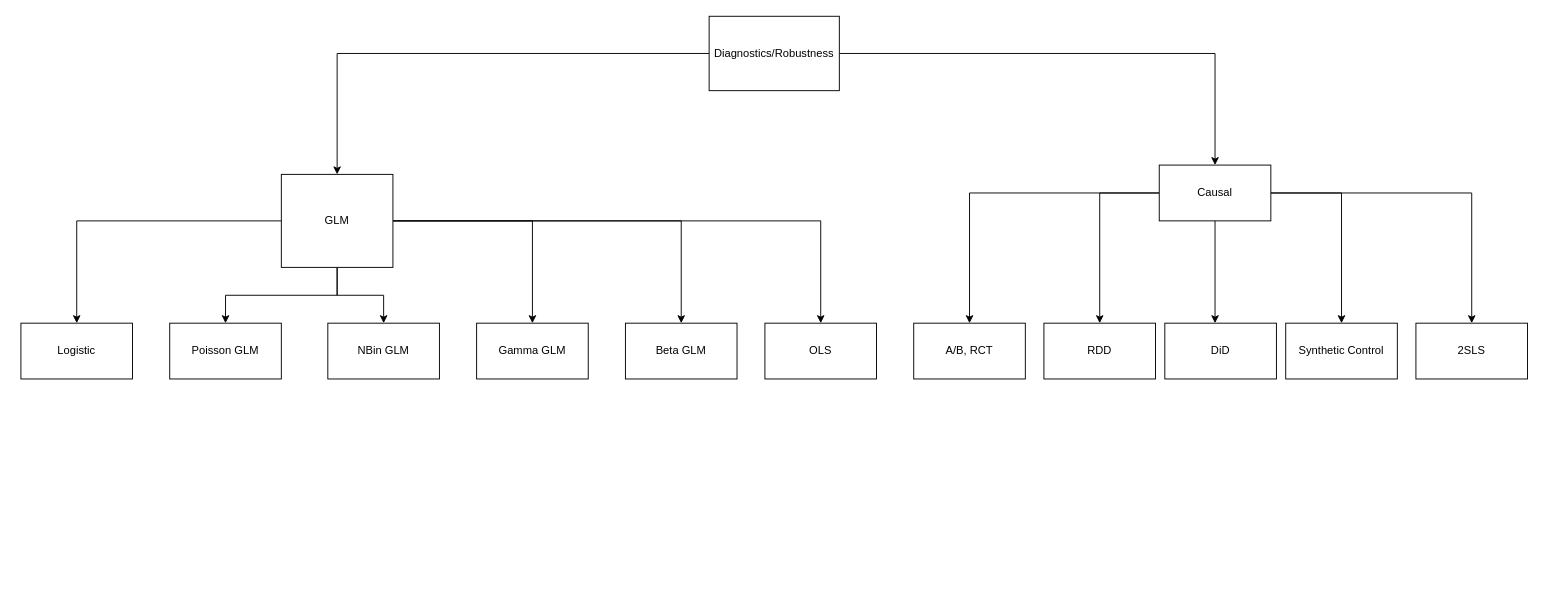
Before: page "Robustness and Diagnostics" (4 of 4) of Model Selection.drawio in henry-a-m-webster/Point72CaseStudy_OTIS, a draw.io diagram. Source tidied: cells renumbered, new cells numbered last; positions are measured from the earlier drawing's top-left corner, leaving out a move shared by most shapes. Both pictures are drawn from the tidied source at 93%, with x=0, y=0 at pixel (20, 16).
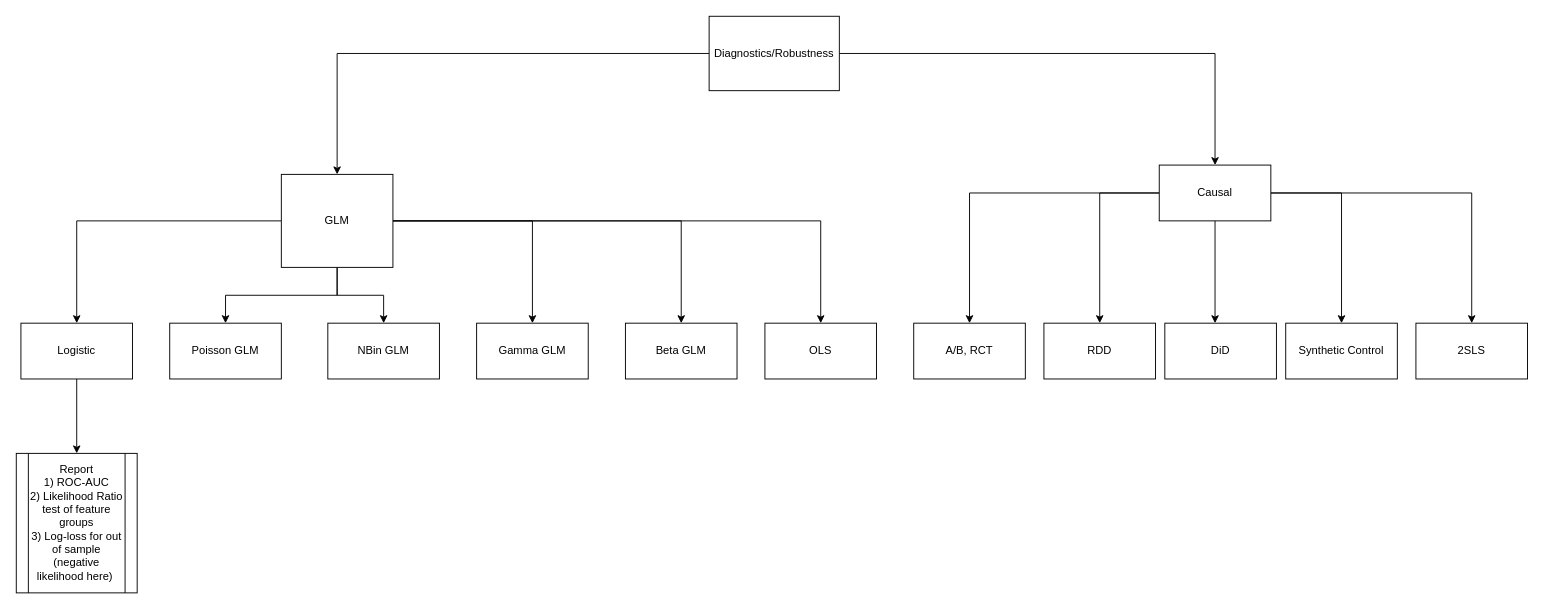
The same page after the edit.

Unchanged cells that the change refers to:
```xml
<mxCell id="9" value="Logistic" style="rounded=0;whiteSpace=wrap;html=1;" parent="1" vertex="1">
  <mxGeometry y="330" width="120" height="60" as="geometry" />
</mxCell>
```

What changed in the source:
```diff
@@
+    <mxCell id="29" style="edgeStyle=orthogonalEdgeStyle;rounded=0;jettySize=auto;html=1;" parent="1" edge="1" source="9" target="30">
+      <mxGeometry relative="1" as="geometry" />
+    </mxCell>
@@
+    <mxCell id="30" value="Report&lt;br&gt;1) ROC-AUC&lt;br&gt;2) Likelihood Ratio test of feature groups&lt;div&gt;3) Log-loss for out of sample (negative likelihood here)&amp;nbsp;&lt;/div&gt;" style="shape=process;whiteSpace=wrap;html=1;backgroundOutline=1;rounded=0;" parent="1" vertex="1">
+      <mxGeometry x="-5" y="470" width="130" height="150" as="geometry" />
+    </mxCell>
```
